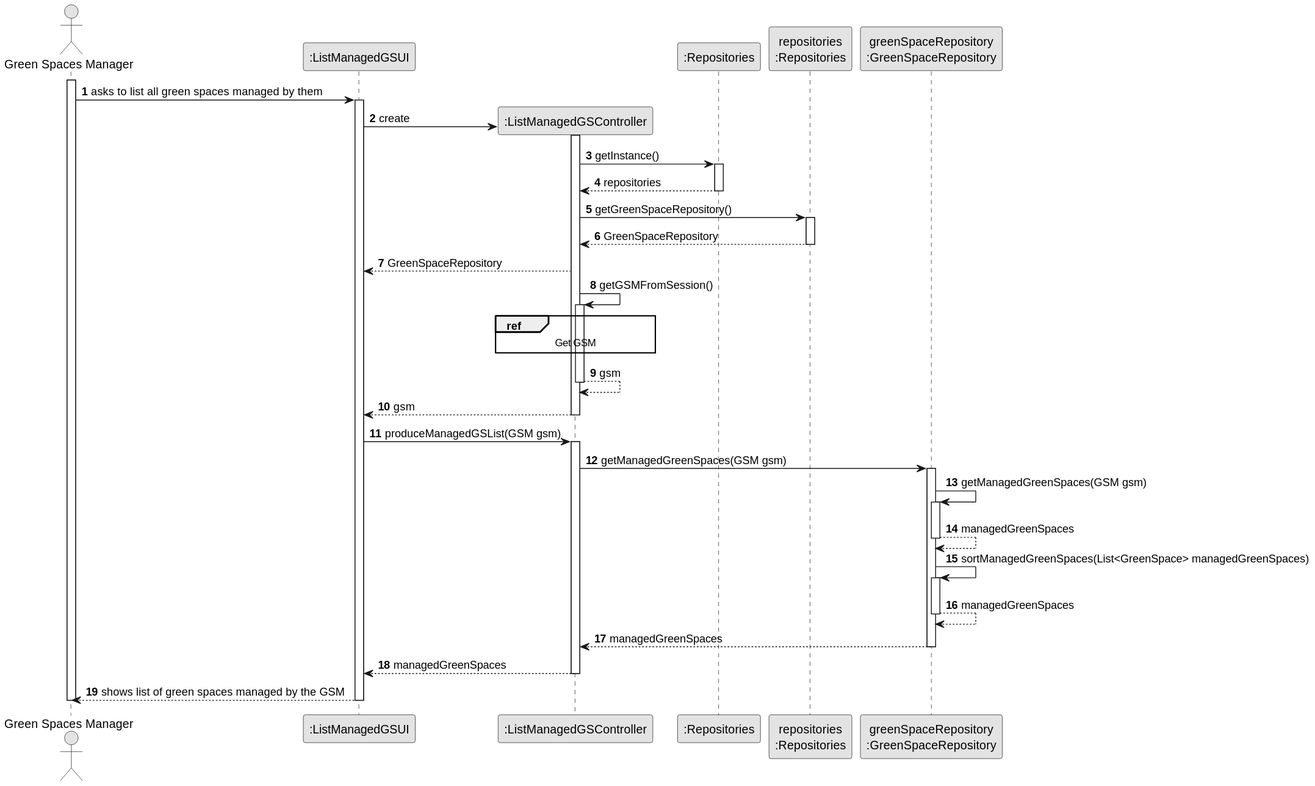
The PlantUML diagram docs/sprint3/us027/03.design/svg/us027-sequence-diagram-full.svg in tiagosoa/lei-24-s2-1dgh-g073, before a commit.
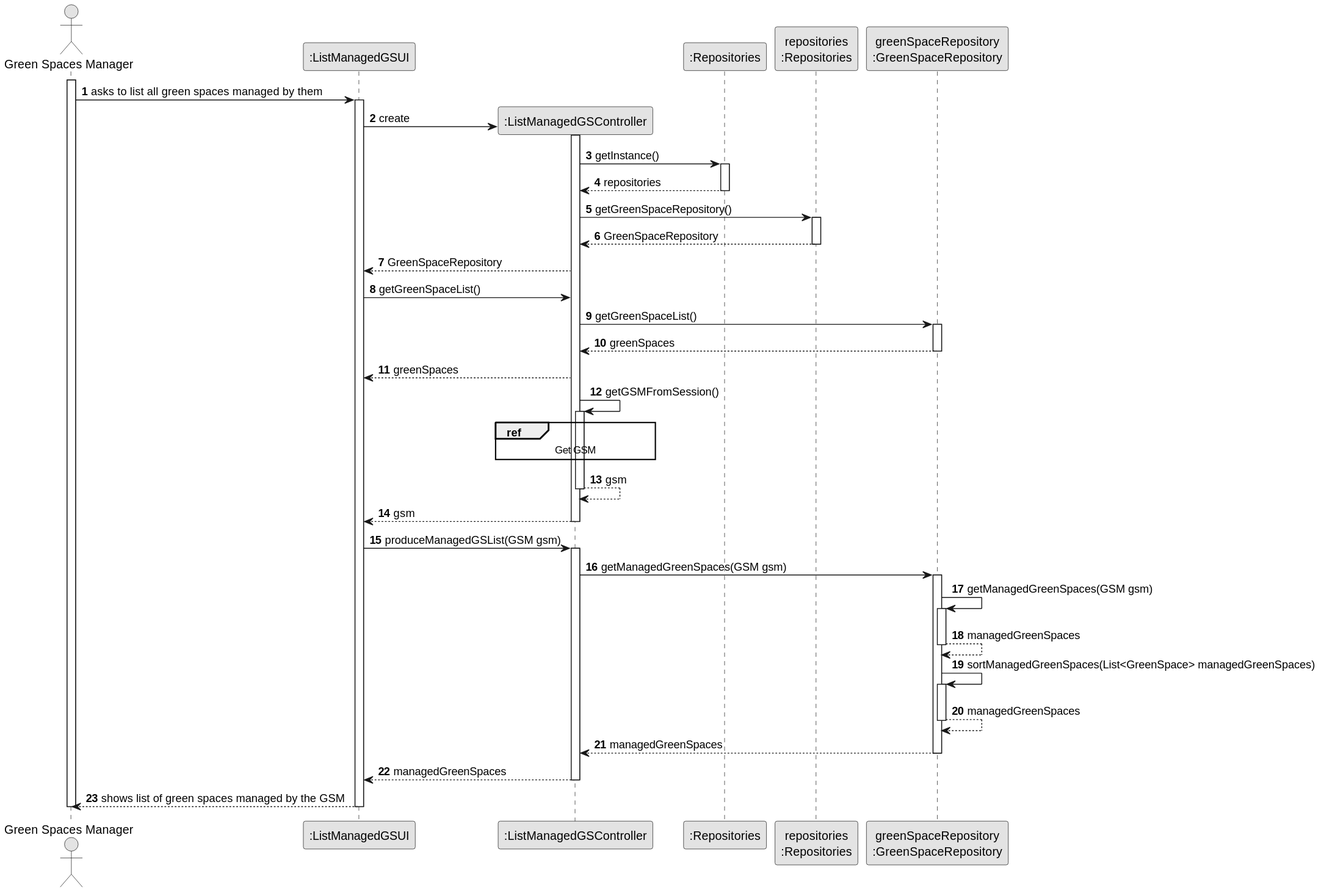
After the change.

The edit, as a diff of the source:
```diff
@@ -34,6 +34,16 @@
                                  PLAT --> CTRL : GreenSpaceRepository
                                  deactivate PLAT
                                  CTRL --> UI : GreenSpaceRepository
+
+                                  UI -> CTRL : getGreenSpaceList()
+                                                             CTRL -> GSR : getGreenSpaceList()
+                                                             activate GSR
+
+                                                             GSR --> CTRL : greenSpaces
+                                                             deactivate GSR
+
+                                                             CTRL --> UI : greenSpaces
+
 
                                                                       CTRL -> CTRL : getGSMFromSession()
                                                                       activate CTRL
```
